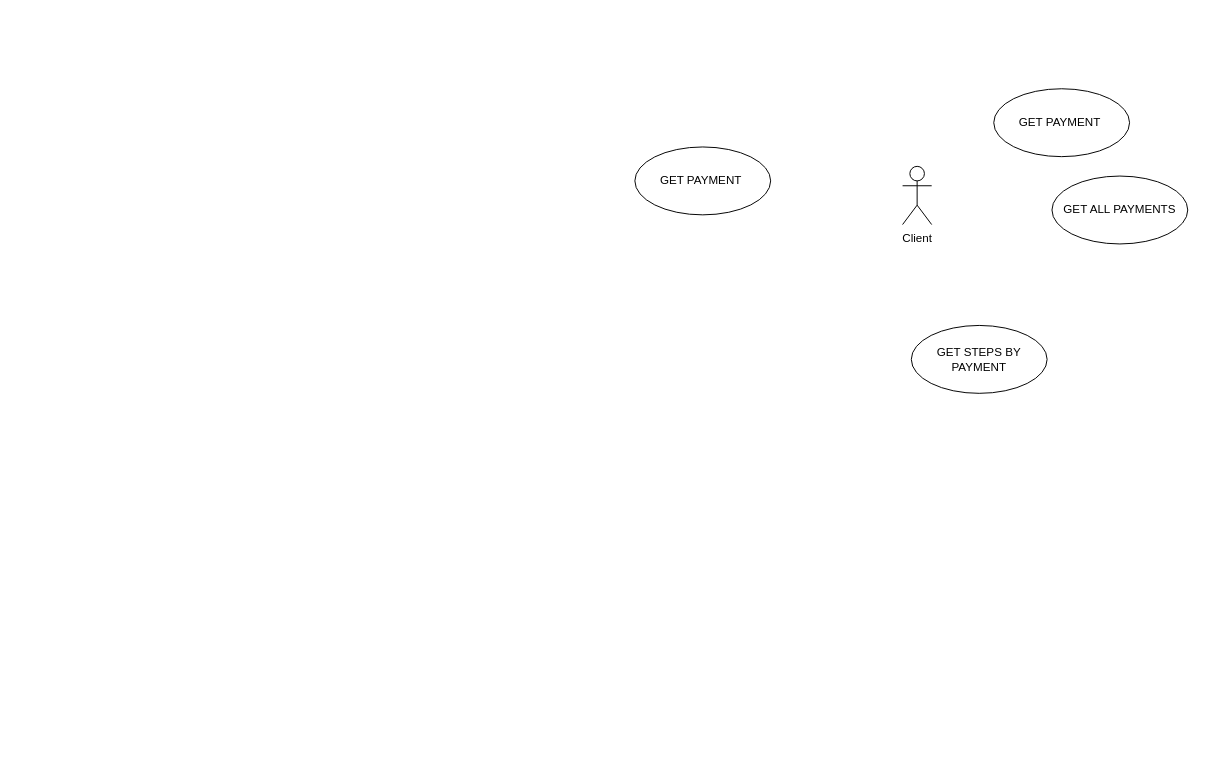
Above: page "DFD - Nivel 0" (3 of 3) of gateway-epayment.drawio in Wiu0/diagram (draw.io), before the change. Source tidied: cells renumbered, new cells numbered last; positions are measured from the earlier drawing's top-left corner, leaving out a move shared by most shapes. Both pictures are drawn from the tidied source at 97%, with x=0, y=0 at pixel (634, 88).
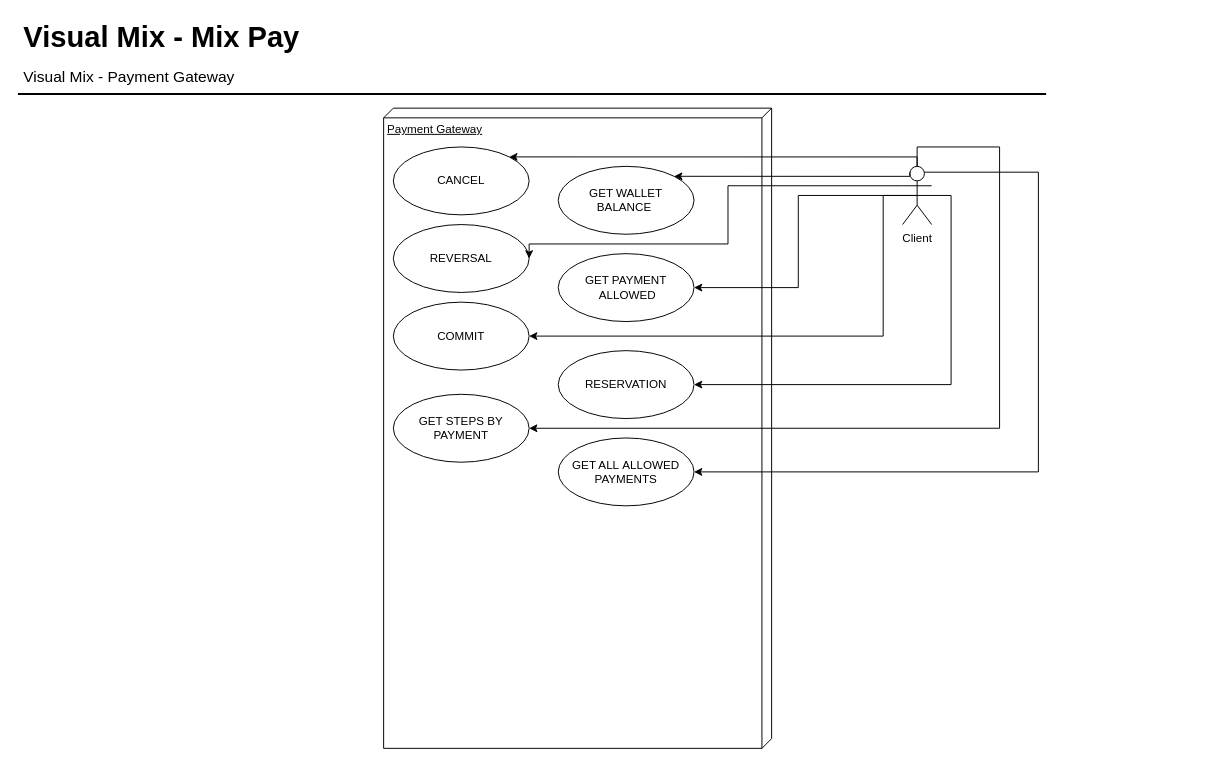
After the change.

Unchanged cells that the change refers to:
```xml
<mxCell id="2" value="Client" style="shape=umlActor;verticalLabelPosition=bottom;verticalAlign=top;html=1;" parent="1" vertex="1">
  <mxGeometry x="276" y="80" width="30" height="60" as="geometry" />
</mxCell>
```

What changed in the source:
```diff
@@
+    <mxCell id="7" style="group;" parent="1" vertex="1">
+      <mxGeometry x="-636" y="-74.5" width="1060" height="85" as="geometry" />
+    </mxCell>
+    <mxCell id="8" value="Visual Mix - Mix Pay" style="text;html=1;align=left;verticalAlign=top;spacingTop=-4;fontSize=30;fontStyle=1;" parent="7" vertex="1">
+      <mxGeometry x="4" width="300" height="40" as="geometry" />
+    </mxCell>
+    <mxCell id="9" value="Visual Mix - Payment Gateway" style="text;html=1;align=left;verticalAlign=top;spacingTop=-4;fontSize=16;" parent="7" vertex="1">
+      <mxGeometry x="4" y="50" width="230" height="20" as="geometry" />
+    </mxCell>
+    <mxCell id="10" style="line;strokeWidth=2;html=1;fontSize=14;" parent="7" vertex="1">
+      <mxGeometry y="75" width="1060" height="10" as="geometry" />
+    </mxCell>
+    <mxCell id="11" style="group;" parent="1" vertex="1">
+      <mxGeometry x="-259" y="20" width="520" height="660" as="geometry" />
+    </mxCell>
+    <mxCell id="12" value="Payment Gateway" style="verticalAlign=top;align=left;spacingTop=8;spacingLeft=2;spacingRight=12;shape=cube;size=10;direction=south;fontStyle=4;html=1;" parent="11" vertex="1">
+      <mxGeometry width="400" height="660" as="geometry" />
+    </mxCell>
+    <mxCell id="13" style="group;" parent="11" vertex="1">
+      <mxGeometry x="10" y="40" width="310" height="370" as="geometry" />
+    </mxCell>
-    <mxCell id="3" value="GET PAYMENT&amp;nbsp;" style="ellipse;whiteSpace=wrap;html=1;" parent="1" vertex="1">
-      <mxGeometry x="370" width="140" height="70" as="geometry" />
+    <mxCell id="3" value="GET PAYMENT &amp;nbsp;ALLOWED" style="ellipse;whiteSpace=wrap;html=1;" parent="13" vertex="1">
+      <mxGeometry x="170" y="110" width="140" height="70" as="geometry" />
     </mxCell>
-    <mxCell id="4" value="GET ALL PAYMENTS" style="ellipse;whiteSpace=wrap;html=1;" parent="1" vertex="1">
-      <mxGeometry x="430" y="90" width="140" height="70" as="geometry" />
+    <mxCell id="4" value="GET ALL&amp;nbsp;ALLOWED&lt;br&gt;PAYMENTS" style="ellipse;whiteSpace=wrap;html=1;" parent="13" vertex="1">
+      <mxGeometry x="170" y="300" width="140" height="70" as="geometry" />
     </mxCell>
-    <mxCell id="5" value="GET STEPS BY PAYMENT" style="ellipse;whiteSpace=wrap;html=1;" parent="1" vertex="1">
-      <mxGeometry x="285" y="244" width="140" height="70" as="geometry" />
+    <mxCell id="5" value="GET STEPS BY PAYMENT" style="ellipse;whiteSpace=wrap;html=1;" parent="13" vertex="1">
+      <mxGeometry y="255" width="140" height="70" as="geometry" />
     </mxCell>
-    <mxCell id="6" value="GET PAYMENT&amp;nbsp;" style="ellipse;whiteSpace=wrap;html=1;" parent="1" vertex="1">
-      <mxGeometry y="60" width="140" height="70" as="geometry" />
-    </mxCell>
+    <mxCell id="14" value="RESERVATION" style="ellipse;whiteSpace=wrap;html=1;" parent="13" vertex="1">
+      <mxGeometry x="170" y="210" width="140" height="70" as="geometry" />
+    </mxCell>
+    <mxCell id="15" value="GET WALLET &lt;br&gt;BALANCE&amp;nbsp;" style="ellipse;whiteSpace=wrap;html=1;" parent="13" vertex="1">
+      <mxGeometry x="170" y="20" width="140" height="70" as="geometry" />
+    </mxCell>
+    <mxCell id="16" value="COMMIT" style="ellipse;whiteSpace=wrap;html=1;" parent="13" vertex="1">
+      <mxGeometry y="160" width="140" height="70" as="geometry" />
+    </mxCell>
+    <mxCell id="17" value="CANCEL" style="ellipse;whiteSpace=wrap;html=1;" parent="13" vertex="1">
+      <mxGeometry width="140" height="70" as="geometry" />
+    </mxCell>
+    <mxCell id="18" value="REVERSAL" style="ellipse;whiteSpace=wrap;html=1;" parent="13" vertex="1">
+      <mxGeometry y="80" width="140" height="70" as="geometry" />
+    </mxCell>
+    <mxCell id="19" style="edgeStyle=orthogonalEdgeStyle;rounded=0;jettySize=auto;html=1;exitX=0.5;exitY=0;exitDx=0;exitDy=0;exitPerimeter=0;entryX=1;entryY=0;entryDx=0;entryDy=0;" parent="1" edge="1" source="2" target="17">
+      <mxGeometry relative="1" as="geometry">
+        <Array as="points">
+          <mxPoint x="291" y="70" />
+        </Array>
+      </mxGeometry>
+    </mxCell>
+    <mxCell id="20" style="edgeStyle=orthogonalEdgeStyle;rounded=0;jettySize=auto;html=1;exitX=0.25;exitY=0.1;exitDx=0;exitDy=0;exitPerimeter=0;entryX=1;entryY=0;entryDx=0;entryDy=0;" parent="1" edge="1" source="2" target="15">
+      <mxGeometry relative="1" as="geometry">
+        <Array as="points">
+          <mxPoint x="283" y="90" />
+        </Array>
+      </mxGeometry>
+    </mxCell>
+    <mxCell id="21" style="edgeStyle=orthogonalEdgeStyle;rounded=0;jettySize=auto;html=1;exitX=0;exitY=0.3333333333333333;exitDx=0;exitDy=0;exitPerimeter=0;entryX=1;entryY=0.5;entryDx=0;entryDy=0;" parent="1" edge="1" source="2" target="18">
+      <mxGeometry relative="1" as="geometry">
+        <Array as="points">
+          <mxPoint x="96" y="100" />
+          <mxPoint x="96" y="160" />
+          <mxPoint x="-109" y="160" />
+        </Array>
+      </mxGeometry>
+    </mxCell>
+    <mxCell id="22" style="edgeStyle=orthogonalEdgeStyle;rounded=0;jettySize=auto;html=1;exitX=0.5;exitY=0.5;exitDx=0;exitDy=0;exitPerimeter=0;entryX=1;entryY=0.5;entryDx=0;entryDy=0;" parent="1" edge="1" source="2" target="3">
+      <mxGeometry relative="1" as="geometry" />
+    </mxCell>
+    <mxCell id="23" style="edgeStyle=orthogonalEdgeStyle;rounded=0;jettySize=auto;html=1;exitX=0.5;exitY=0.5;exitDx=0;exitDy=0;exitPerimeter=0;entryX=1;entryY=0.5;entryDx=0;entryDy=0;" parent="1" edge="1" source="2" target="16">
+      <mxGeometry relative="1" as="geometry">
+        <Array as="points">
+          <mxPoint x="256" y="110" />
+          <mxPoint x="256" y="255" />
+        </Array>
+      </mxGeometry>
+    </mxCell>
+    <mxCell id="24" style="edgeStyle=orthogonalEdgeStyle;rounded=0;jettySize=auto;html=1;exitX=0.5;exitY=0.5;exitDx=0;exitDy=0;exitPerimeter=0;entryX=1;entryY=0.5;entryDx=0;entryDy=0;" parent="1" edge="1" source="2" target="14">
+      <mxGeometry relative="1" as="geometry">
+        <Array as="points">
+          <mxPoint x="326" y="110" />
+          <mxPoint x="326" y="305" />
+        </Array>
+      </mxGeometry>
+    </mxCell>
+    <mxCell id="25" style="edgeStyle=orthogonalEdgeStyle;rounded=0;jettySize=auto;html=1;exitX=0.5;exitY=0;exitDx=0;exitDy=0;exitPerimeter=0;entryX=1;entryY=0.5;entryDx=0;entryDy=0;" parent="1" edge="1" source="2" target="5">
+      <mxGeometry relative="1" as="geometry">
+        <Array as="points">
+          <mxPoint x="291" y="60" />
+          <mxPoint x="376" y="60" />
+          <mxPoint x="376" y="350" />
+        </Array>
+      </mxGeometry>
+    </mxCell>
+    <mxCell id="26" style="edgeStyle=orthogonalEdgeStyle;rounded=0;jettySize=auto;html=1;exitX=0.75;exitY=0.1;exitDx=0;exitDy=0;exitPerimeter=0;entryX=1;entryY=0.5;entryDx=0;entryDy=0;" parent="1" edge="1" source="2" target="4">
+      <mxGeometry relative="1" as="geometry">
+        <Array as="points">
+          <mxPoint x="416" y="86" />
+          <mxPoint x="416" y="395" />
+        </Array>
+      </mxGeometry>
+    </mxCell>
```
